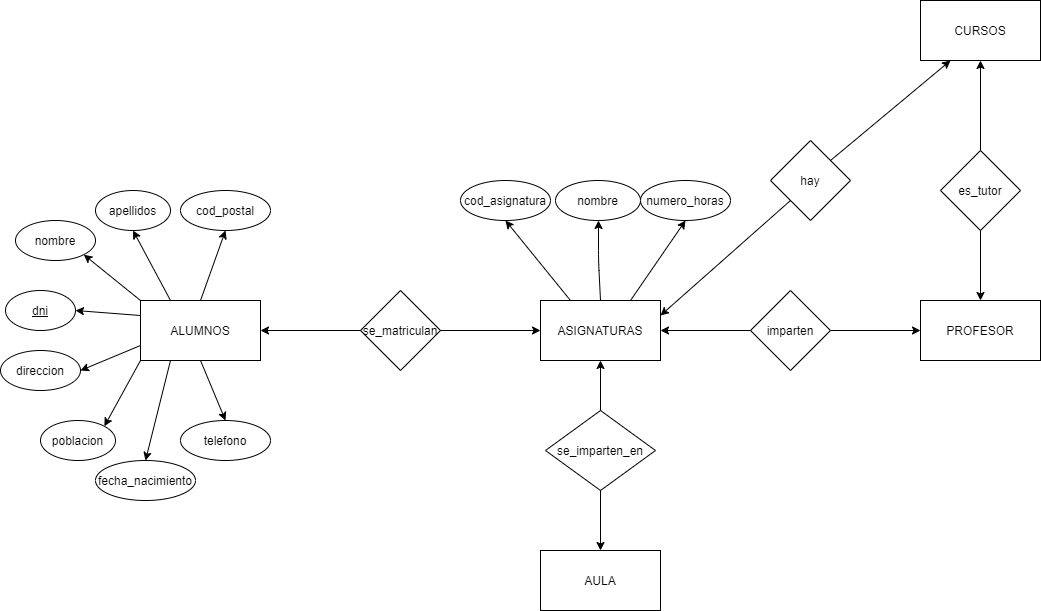
Above: practica_boletin_11.png in LuisArroyoCaballero/base-datos_daw1 (draw.io), before the change. Source tidied: cells renumbered, new cells last; positions are measured from the earlier drawing's top-left corner, leaving out a move shared by most shapes.
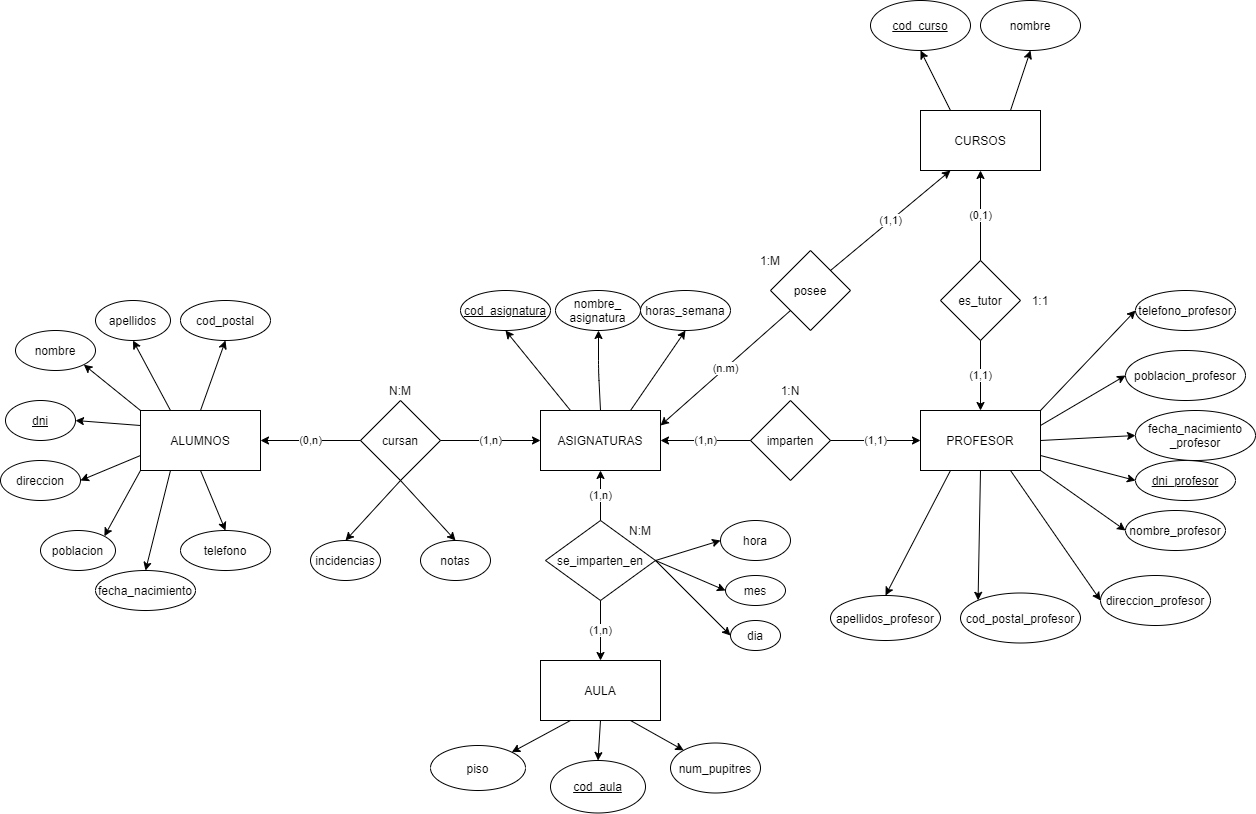
Later version of the same file.

What changed in the source:
```diff
@@ -17,15 +17,12 @@
     <mxCell id="6" value="AULA" style="rounded=0;whiteSpace=wrap;html=1;" parent="1" vertex="1">
       <mxGeometry x="540" y="550" width="120" height="60" as="geometry" />
     </mxCell>
-    <mxCell id="7" value="se_matriculan" style="rhombus;whiteSpace=wrap;html=1;" parent="1" vertex="1">
+    <mxCell id="7" value="cursan" style="rhombus;whiteSpace=wrap;html=1;" parent="1" vertex="1">
       <mxGeometry x="360" y="290" width="80" height="80" as="geometry" />
     </mxCell>
-    <mxCell id="8" style="endArrow=classic;html=1;exitX=1;exitY=0.5;exitDx=0;exitDy=0;entryX=0;entryY=0.5;entryDx=0;entryDy=0;" parent="1" edge="1" source="7" target="4">
+    <mxCell id="8" value="(1,n)" style="endArrow=classic;html=1;exitX=1;exitY=0.5;exitDx=0;exitDy=0;entryX=0;entryY=0.5;entryDx=0;entryDy=0;" parent="1" edge="1" source="7" target="4">
       <mxGeometry relative="1" as="geometry" />
     </mxCell>
-    <mxCell id="9" style="endArrow=classic;html=1;exitX=0;exitY=0.5;exitDx=0;exitDy=0;entryX=1;entryY=0.5;entryDx=0;entryDy=0;" parent="1" edge="1" source="7" target="2">
-      <mxGeometry relative="1" as="geometry" />
-    </mxCell>
     <mxCell id="10" value="nombre" style="ellipse;whiteSpace=wrap;html=1;" parent="1" vertex="1">
       <mxGeometry x="15" y="220" width="80" height="40" as="geometry" />
     </mxCell>
@@ -74,13 +71,13 @@
     <mxCell id="25" style="endArrow=classic;html=1;exitX=0.5;exitY=1;exitDx=0;exitDy=0;entryX=0.5;entryY=0;entryDx=0;entryDy=0;" parent="1" edge="1" source="2" target="17">
       <mxGeometry relative="1" as="geometry" />
     </mxCell>
-    <mxCell id="26" value="cod_asignatura" style="ellipse;whiteSpace=wrap;html=1;" parent="1" vertex="1">
+    <mxCell id="26" value="&lt;u&gt;cod_asignatura&lt;/u&gt;" style="ellipse;whiteSpace=wrap;html=1;" parent="1" vertex="1">
       <mxGeometry x="460" y="180" width="90" height="40" as="geometry" />
     </mxCell>
-    <mxCell id="27" value="nombre" style="ellipse;whiteSpace=wrap;html=1;" parent="1" vertex="1">
+    <mxCell id="27" value="nombre_&lt;br&gt;asignatura" style="ellipse;whiteSpace=wrap;html=1;" parent="1" vertex="1">
       <mxGeometry x="555" y="180" width="85" height="40" as="geometry" />
     </mxCell>
-    <mxCell id="28" value="numero_horas" style="ellipse;whiteSpace=wrap;html=1;" parent="1" vertex="1">
+    <mxCell id="28" value="horas_semana" style="ellipse;whiteSpace=wrap;html=1;" parent="1" vertex="1">
       <mxGeometry x="640" y="180" width="90" height="40" as="geometry" />
     </mxCell>
     <mxCell id="29" style="endArrow=classic;html=1;exitX=0.25;exitY=0;exitDx=0;exitDy=0;entryX=0.5;entryY=1;entryDx=0;entryDy=0;" parent="1" edge="1" source="4" target="26">
@@ -97,10 +94,10 @@
     <mxCell id="31" value="imparten" style="rhombus;whiteSpace=wrap;html=1;" parent="1" vertex="1">
       <mxGeometry x="750" y="290" width="80" height="80" as="geometry" />
     </mxCell>
-    <mxCell id="32" style="endArrow=classic;html=1;entryX=0;entryY=0.5;entryDx=0;entryDy=0;exitX=1;exitY=0.5;exitDx=0;exitDy=0;" parent="1" edge="1" source="31" target="3">
+    <mxCell id="32" value="(1,1)" style="endArrow=classic;html=1;entryX=0;entryY=0.5;entryDx=0;entryDy=0;exitX=1;exitY=0.5;exitDx=0;exitDy=0;" parent="1" edge="1" source="31" target="3">
       <mxGeometry relative="1" as="geometry" />
     </mxCell>
-    <mxCell id="33" style="endArrow=classic;html=1;exitX=0;exitY=0.5;exitDx=0;exitDy=0;entryX=1;entryY=0.5;entryDx=0;entryDy=0;" parent="1" edge="1" source="31" target="4">
+    <mxCell id="33" value="(1,n)" style="endArrow=classic;html=1;exitX=0;exitY=0.5;exitDx=0;exitDy=0;entryX=1;entryY=0.5;entryDx=0;entryDy=0;" parent="1" edge="1" source="31" target="4">
       <mxGeometry relative="1" as="geometry" />
     </mxCell>
     <mxCell id="34" style="edgeStyle=orthogonalEdgeStyle;rounded=0;orthogonalLoop=1;jettySize=auto;html=1;exitX=0.5;exitY=1;exitDx=0;exitDy=0;" parent="1" edge="1" source="16" target="16">
@@ -109,32 +106,158 @@
     <mxCell id="35" style="endArrow=classic;html=1;exitX=0.75;exitY=0;exitDx=0;exitDy=0;entryX=0.5;entryY=1;entryDx=0;entryDy=0;" parent="1" edge="1" source="4" target="28">
       <mxGeometry relative="1" as="geometry" />
     </mxCell>
-    <mxCell id="36" value="hay" style="rhombus;whiteSpace=wrap;html=1;" parent="1" vertex="1">
+    <mxCell id="36" value="posee" style="rhombus;whiteSpace=wrap;html=1;" parent="1" vertex="1">
       <mxGeometry x="770" y="140" width="80" height="80" as="geometry" />
     </mxCell>
-    <mxCell id="37" style="endArrow=classic;html=1;exitX=1;exitY=0;exitDx=0;exitDy=0;entryX=0.25;entryY=1;entryDx=0;entryDy=0;" parent="1" edge="1" source="36" target="5">
+    <mxCell id="37" value="(1,1)" style="endArrow=classic;html=1;exitX=1;exitY=0;exitDx=0;exitDy=0;entryX=0.25;entryY=1;entryDx=0;entryDy=0;" parent="1" edge="1" source="36" target="5">
       <mxGeometry relative="1" as="geometry" />
     </mxCell>
-    <mxCell id="38" style="endArrow=classic;html=1;entryX=1;entryY=0.25;entryDx=0;entryDy=0;exitX=0;exitY=1;exitDx=0;exitDy=0;" parent="1" edge="1" source="36" target="4">
+    <mxCell id="38" value="(n.m)" style="endArrow=classic;html=1;entryX=1;entryY=0.25;entryDx=0;entryDy=0;exitX=0;exitY=1;exitDx=0;exitDy=0;" parent="1" edge="1" source="36" target="4">
       <mxGeometry relative="1" as="geometry" />
     </mxCell>
     <mxCell id="39" value="se_imparten_en" style="rhombus;whiteSpace=wrap;html=1;" parent="1" vertex="1">
       <mxGeometry x="545" y="410" width="110" height="80" as="geometry" />
     </mxCell>
-    <mxCell id="40" style="endArrow=classic;html=1;exitX=0.5;exitY=1;exitDx=0;exitDy=0;entryX=0.5;entryY=0;entryDx=0;entryDy=0;" parent="1" edge="1" source="39" target="6">
+    <mxCell id="40" value="(1,n)" style="endArrow=classic;html=1;exitX=0.5;exitY=1;exitDx=0;exitDy=0;entryX=0.5;entryY=0;entryDx=0;entryDy=0;" parent="1" edge="1" source="39" target="6">
       <mxGeometry relative="1" as="geometry" />
     </mxCell>
-    <mxCell id="41" style="endArrow=classic;html=1;exitX=0.5;exitY=0;exitDx=0;exitDy=0;entryX=0.5;entryY=1;entryDx=0;entryDy=0;" parent="1" edge="1" source="39" target="4">
+    <mxCell id="41" value="(1,n)" style="endArrow=classic;html=1;exitX=0.5;exitY=0;exitDx=0;exitDy=0;entryX=0.5;entryY=1;entryDx=0;entryDy=0;" parent="1" edge="1" source="39" target="4">
       <mxGeometry relative="1" as="geometry" />
     </mxCell>
     <mxCell id="42" value="es_tutor" style="rhombus;whiteSpace=wrap;html=1;" parent="1" vertex="1">
       <mxGeometry x="940" y="150" width="80" height="80" as="geometry" />
     </mxCell>
+    <mxCell id="44" value="(1,1)" style="endArrow=classic;html=1;exitX=0.5;exitY=1;exitDx=0;exitDy=0;entryX=0.5;entryY=0;entryDx=0;entryDy=0;" parent="1" edge="1" source="42" target="3">
+      <mxGeometry relative="1" as="geometry" />
+    </mxCell>
+    <mxCell id="45" value="1:1" style="text;html=1;strokeColor=none;fillColor=none;align=center;verticalAlign=middle;whiteSpace=wrap;rounded=0;" parent="1" vertex="1">
+      <mxGeometry x="1020" y="180" width="40" height="20" as="geometry" />
+    </mxCell>
+    <mxCell id="46" value="1:M" style="text;html=1;strokeColor=none;fillColor=none;align=center;verticalAlign=middle;whiteSpace=wrap;rounded=0;" parent="1" vertex="1">
+      <mxGeometry x="750" y="140" width="40" height="20" as="geometry" />
+    </mxCell>
+    <mxCell id="47" value="1:N" style="text;html=1;strokeColor=none;fillColor=none;align=center;verticalAlign=middle;whiteSpace=wrap;rounded=0;" parent="1" vertex="1">
+      <mxGeometry x="770" y="270" width="40" height="20" as="geometry" />
+    </mxCell>
+    <mxCell id="48" value="N:M" style="text;html=1;strokeColor=none;fillColor=none;align=center;verticalAlign=middle;whiteSpace=wrap;rounded=0;" parent="1" vertex="1">
+      <mxGeometry x="380" y="270" width="40" height="20" as="geometry" />
+    </mxCell>
+    <mxCell id="49" value="N:M" style="text;html=1;strokeColor=none;fillColor=none;align=center;verticalAlign=middle;whiteSpace=wrap;rounded=0;" parent="1" vertex="1">
+      <mxGeometry x="620" y="410" width="40" height="20" as="geometry" />
+    </mxCell>
+    <mxCell id="50" value="mes" style="ellipse;whiteSpace=wrap;html=1;" parent="1" vertex="1">
+      <mxGeometry x="725" y="465" width="60" height="30" as="geometry" />
+    </mxCell>
+    <mxCell id="51" value="dia" style="ellipse;whiteSpace=wrap;html=1;" parent="1" vertex="1">
+      <mxGeometry x="730" y="510" width="50" height="30" as="geometry" />
+    </mxCell>
+    <mxCell id="52" value="hora" style="ellipse;whiteSpace=wrap;html=1;" parent="1" vertex="1">
+      <mxGeometry x="720" y="410" width="70" height="40" as="geometry" />
+    </mxCell>
+    <mxCell id="53" style="endArrow=classic;html=1;exitX=1;exitY=0.5;exitDx=0;exitDy=0;entryX=0;entryY=0.5;entryDx=0;entryDy=0;" parent="1" edge="1" source="39" target="52">
+      <mxGeometry relative="1" as="geometry" />
+    </mxCell>
+    <mxCell id="54" style="endArrow=classic;html=1;exitX=1;exitY=0.5;exitDx=0;exitDy=0;entryX=0;entryY=0.5;entryDx=0;entryDy=0;" parent="1" edge="1" source="39" target="51">
+      <mxGeometry relative="1" as="geometry" />
+    </mxCell>
+    <mxCell id="55" style="endArrow=classic;html=1;exitX=1;exitY=0.5;exitDx=0;exitDy=0;entryX=0;entryY=0.5;entryDx=0;entryDy=0;" parent="1" edge="1" source="39" target="50">
+      <mxGeometry relative="1" as="geometry" />
+    </mxCell>
+    <mxCell id="56" value="notas" style="ellipse;whiteSpace=wrap;html=1;" parent="1" vertex="1">
+      <mxGeometry x="420" y="430" width="70" height="40" as="geometry" />
+    </mxCell>
+    <mxCell id="57" value="incidencias" style="ellipse;whiteSpace=wrap;html=1;" parent="1" vertex="1">
+      <mxGeometry x="310" y="430" width="70" height="40" as="geometry" />
+    </mxCell>
+    <mxCell id="58" style="endArrow=classic;html=1;exitX=0.5;exitY=1;exitDx=0;exitDy=0;entryX=0.5;entryY=0;entryDx=0;entryDy=0;" parent="1" edge="1" source="7" target="57">
+      <mxGeometry relative="1" as="geometry" />
+    </mxCell>
+    <mxCell id="59" style="endArrow=classic;html=1;exitX=0.5;exitY=1;exitDx=0;exitDy=0;entryX=0.5;entryY=0;entryDx=0;entryDy=0;" parent="1" edge="1" source="7" target="56">
+      <mxGeometry relative="1" as="geometry" />
+    </mxCell>
+    <mxCell id="60" value="nombre_profesor" style="ellipse;whiteSpace=wrap;html=1;" parent="1" vertex="1">
+      <mxGeometry x="1125" y="400" width="100" height="40" as="geometry" />
+    </mxCell>
+    <mxCell id="61" value="cod_postal_profesor" style="ellipse;whiteSpace=wrap;html=1;" parent="1" vertex="1">
+      <mxGeometry x="960" y="482.5" width="120" height="50" as="geometry" />
+    </mxCell>
+    <mxCell id="62" value="apellidos_profesor" style="ellipse;whiteSpace=wrap;html=1;" parent="1" vertex="1">
+      <mxGeometry x="830" y="485" width="110" height="45" as="geometry" />
+    </mxCell>
+    <mxCell id="63" value="&lt;u&gt;dni_profesor&lt;/u&gt;" style="ellipse;whiteSpace=wrap;html=1;" parent="1" vertex="1">
+      <mxGeometry x="1135" y="350" width="100" height="40" as="geometry" />
+    </mxCell>
+    <mxCell id="64" value="direccion_profesor" style="ellipse;whiteSpace=wrap;html=1;" parent="1" vertex="1">
+      <mxGeometry x="1100" y="465" width="110" height="50" as="geometry" />
+    </mxCell>
+    <mxCell id="65" value="poblacion_profesor" style="ellipse;whiteSpace=wrap;html=1;" parent="1" vertex="1">
+      <mxGeometry x="1125" y="240" width="120" height="50" as="geometry" />
+    </mxCell>
+    <mxCell id="66" value="telefono_profesor" style="ellipse;whiteSpace=wrap;html=1;" parent="1" vertex="1">
+      <mxGeometry x="1135" y="180" width="100" height="40" as="geometry" />
+    </mxCell>
+    <mxCell id="67" value="fecha_nacimiento&lt;br&gt;_profesor" style="ellipse;whiteSpace=wrap;html=1;" parent="1" vertex="1">
+      <mxGeometry x="1135" y="300" width="120" height="50" as="geometry" />
+    </mxCell>
+    <mxCell id="68" style="endArrow=classic;html=1;exitX=0.25;exitY=1;exitDx=0;exitDy=0;entryX=0.5;entryY=0;entryDx=0;entryDy=0;" parent="1" edge="1" source="3" target="62">
+      <mxGeometry relative="1" as="geometry" />
+    </mxCell>
+    <mxCell id="69" style="endArrow=classic;html=1;exitX=0.5;exitY=1;exitDx=0;exitDy=0;entryX=0;entryY=0;entryDx=0;entryDy=0;" parent="1" edge="1" source="3" target="61">
+      <mxGeometry relative="1" as="geometry" />
+    </mxCell>
+    <mxCell id="70" style="endArrow=classic;html=1;exitX=0.75;exitY=1;exitDx=0;exitDy=0;entryX=0;entryY=0.5;entryDx=0;entryDy=0;" parent="1" edge="1" source="3" target="64">
+      <mxGeometry relative="1" as="geometry" />
+    </mxCell>
+    <mxCell id="71" style="endArrow=classic;html=1;exitX=1;exitY=1;exitDx=0;exitDy=0;entryX=0;entryY=0.5;entryDx=0;entryDy=0;" parent="1" edge="1" source="3" target="60">
+      <mxGeometry relative="1" as="geometry" />
+    </mxCell>
+    <mxCell id="72" style="endArrow=classic;html=1;exitX=1;exitY=0.75;exitDx=0;exitDy=0;entryX=0;entryY=0.5;entryDx=0;entryDy=0;" parent="1" edge="1" source="3" target="63">
+      <mxGeometry relative="1" as="geometry" />
+    </mxCell>
+    <mxCell id="73" style="endArrow=classic;html=1;exitX=1;exitY=0.5;exitDx=0;exitDy=0;entryX=0;entryY=0.5;entryDx=0;entryDy=0;" parent="1" edge="1" source="3" target="67">
+      <mxGeometry relative="1" as="geometry" />
+    </mxCell>
+    <mxCell id="74" style="endArrow=classic;html=1;entryX=0;entryY=0.5;entryDx=0;entryDy=0;exitX=1;exitY=0.25;exitDx=0;exitDy=0;" parent="1" edge="1" source="3" target="65">
+      <mxGeometry relative="1" as="geometry" />
+    </mxCell>
+    <mxCell id="75" style="endArrow=classic;html=1;entryX=0;entryY=0.5;entryDx=0;entryDy=0;exitX=1;exitY=0;exitDx=0;exitDy=0;" parent="1" edge="1" source="3" target="66">
+      <mxGeometry relative="1" as="geometry" />
+    </mxCell>
+    <mxCell id="76" value="nombre" style="ellipse;whiteSpace=wrap;html=1;" parent="1" vertex="1">
+      <mxGeometry x="980" y="-110" width="100" height="50" as="geometry" />
+    </mxCell>
+    <mxCell id="77" value="&lt;u&gt;cod_curso&lt;/u&gt;" style="ellipse;whiteSpace=wrap;html=1;" parent="1" vertex="1">
+      <mxGeometry x="870" y="-110" width="100" height="50" as="geometry" />
+    </mxCell>
+    <mxCell id="78" style="endArrow=classic;html=1;entryX=0.5;entryY=1;entryDx=0;entryDy=0;exitX=0.75;exitY=0;exitDx=0;exitDy=0;" parent="1" edge="1" source="5" target="76">
+      <mxGeometry relative="1" as="geometry" />
+    </mxCell>
+    <mxCell id="79" style="endArrow=classic;html=1;entryX=0.5;entryY=1;entryDx=0;entryDy=0;exitX=0.25;exitY=0;exitDx=0;exitDy=0;" parent="1" edge="1" source="5" target="77">
+      <mxGeometry relative="1" as="geometry" />
+    </mxCell>
+    <mxCell id="80" value="num_pupitres" style="ellipse;whiteSpace=wrap;html=1;" parent="1" vertex="1">
+      <mxGeometry x="670" y="632.5" width="90" height="50" as="geometry" />
+    </mxCell>
+    <mxCell id="81" value="&lt;u&gt;cod_aula&lt;/u&gt;" style="ellipse;whiteSpace=wrap;html=1;" parent="1" vertex="1">
+      <mxGeometry x="550" y="650" width="95" height="52.5" as="geometry" />
+    </mxCell>
+    <mxCell id="82" value="piso" style="ellipse;whiteSpace=wrap;html=1;" parent="1" vertex="1">
+      <mxGeometry x="430" y="635" width="95" height="45" as="geometry" />
+    </mxCell>
+    <mxCell id="83" style="endArrow=classic;html=1;entryX=0;entryY=0;entryDx=0;entryDy=0;exitX=0.75;exitY=1;exitDx=0;exitDy=0;" parent="1" edge="1" source="6" target="80">
+      <mxGeometry relative="1" as="geometry" />
+    </mxCell>
+    <mxCell id="84" style="endArrow=classic;html=1;entryX=0.5;entryY=0;entryDx=0;entryDy=0;exitX=0.5;exitY=1;exitDx=0;exitDy=0;" parent="1" edge="1" source="6" target="81">
+      <mxGeometry relative="1" as="geometry" />
+    </mxCell>
+    <mxCell id="85" style="endArrow=classic;html=1;exitX=0.25;exitY=1;exitDx=0;exitDy=0;entryX=1;entryY=0;entryDx=0;entryDy=0;" parent="1" edge="1" source="6" target="82">
+      <mxGeometry relative="1" as="geometry" />
+    </mxCell>
-    <mxCell id="43" style="endArrow=classic;html=1;exitX=0.5;exitY=0;exitDx=0;exitDy=0;entryX=0.5;entryY=1;entryDx=0;entryDy=0;" parent="1" edge="1" source="42" target="5">
+    <mxCell id="43" value="(0,1)" style="endArrow=classic;html=1;entryX=0.5;entryY=1;entryDx=0;entryDy=0;exitX=0.5;exitY=0;exitDx=0;exitDy=0;" parent="1" edge="1" source="42" target="5">
       <mxGeometry relative="1" as="geometry" />
     </mxCell>
-    <mxCell id="44" style="endArrow=classic;html=1;exitX=0.5;exitY=1;exitDx=0;exitDy=0;entryX=0.5;entryY=0;entryDx=0;entryDy=0;" parent="1" edge="1" source="42" target="3">
-      <mxGeometry relative="1" as="geometry" />
-    </mxCell>
+    <mxCell id="9" value="(0,n)" style="endArrow=classic;html=1;exitX=0;exitY=0.5;exitDx=0;exitDy=0;entryX=1;entryY=0.5;entryDx=0;entryDy=0;" parent="1" edge="1" source="7" target="2">
+      <mxGeometry relative="1" as="geometry" />
+    </mxCell>
   </root>
 </mxGraphModel>
```
